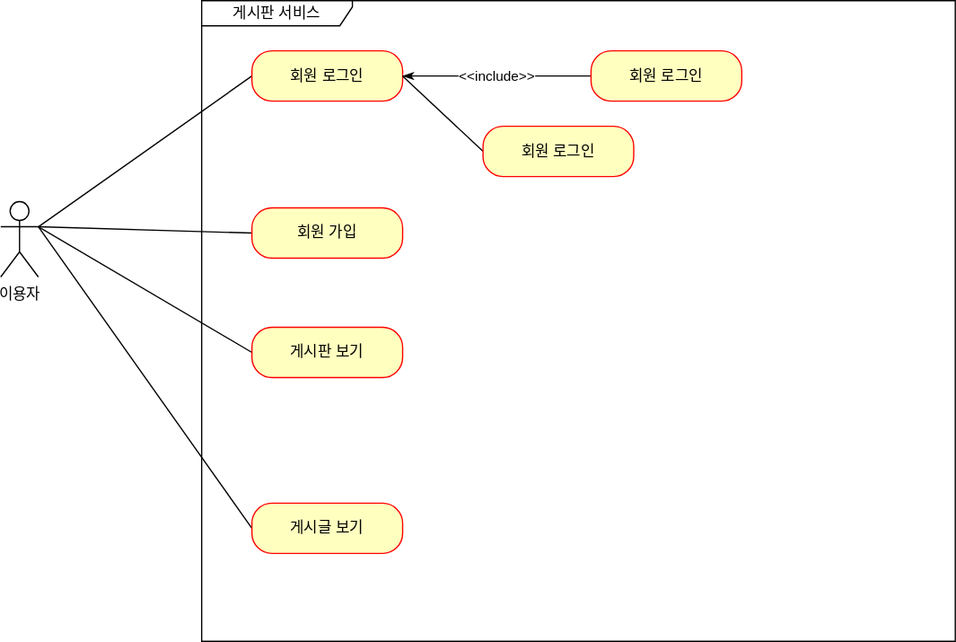
Before: document/use-case.svg, a diagram exported from draw.io (m5s3/board-v2). Source tidied: cells renumbered, new cells last; positions are measured from the earlier drawing's top-left corner, leaving out a move shared by most shapes. Its diagram source:
```xml
<mxGraphModel>
  <root>
    <mxCell id="0" />
    <mxCell id="1" parent="0" />
    <mxCell id="2" value="이용자&lt;br&gt;" style="shape=umlActor;verticalLabelPosition=bottom;verticalAlign=top;html=1;" parent="1" vertex="1">
      <mxGeometry y="160" width="30" height="60" as="geometry" />
    </mxCell>
    <mxCell id="3" value="게시판 서비스&lt;br&gt;" style="shape=umlFrame;whiteSpace=wrap;html=1;width=120;height=20;" parent="1" vertex="1">
      <mxGeometry x="160" width="600" height="510" as="geometry" />
    </mxCell>
    <mxCell id="4" style="rounded=0;jettySize=auto;html=1;exitX=0;exitY=0.5;exitDx=0;exitDy=0;endArrow=none;endFill=0;" parent="1" edge="1" source="5">
      <mxGeometry relative="1" as="geometry">
        <mxPoint x="30" y="180" as="targetPoint" />
      </mxGeometry>
    </mxCell>
    <mxCell id="5" value="회원 로그인" style="rounded=1;whiteSpace=wrap;html=1;arcSize=40;fontColor=#000000;fillColor=#ffffc0;strokeColor=#ff0000;" parent="1" vertex="1">
      <mxGeometry x="200" y="40" width="120" height="40" as="geometry" />
    </mxCell>
    <mxCell id="6" style="rounded=0;jettySize=auto;html=1;exitX=0;exitY=0.5;exitDx=0;exitDy=0;endArrow=none;endFill=0;" parent="1" edge="1" source="7">
      <mxGeometry relative="1" as="geometry">
        <mxPoint x="30" y="180" as="targetPoint" />
      </mxGeometry>
    </mxCell>
    <mxCell id="7" value="게시판 보기" style="rounded=1;whiteSpace=wrap;html=1;arcSize=40;fontColor=#000000;fillColor=#ffffc0;strokeColor=#ff0000;" parent="1" vertex="1">
      <mxGeometry x="200" y="260" width="120" height="40" as="geometry" />
    </mxCell>
    <mxCell id="8" style="rounded=0;jettySize=auto;html=1;exitX=0;exitY=0.5;exitDx=0;exitDy=0;endArrow=none;endFill=0;" parent="1" edge="1" source="9">
      <mxGeometry relative="1" as="geometry">
        <mxPoint x="30" y="180" as="targetPoint" />
      </mxGeometry>
    </mxCell>
    <mxCell id="9" value="게시글 보기" style="rounded=1;whiteSpace=wrap;html=1;arcSize=40;fontColor=#000000;fillColor=#ffffc0;strokeColor=#ff0000;" parent="1" vertex="1">
      <mxGeometry x="200" y="400" width="120" height="40" as="geometry" />
    </mxCell>
    <mxCell id="10" style="rounded=0;jettySize=auto;html=1;exitX=0;exitY=0.5;exitDx=0;exitDy=0;entryX=1;entryY=0.3333333333333333;entryDx=0;entryDy=0;entryPerimeter=0;endArrow=none;endFill=0;" parent="1" edge="1" source="11" target="2">
      <mxGeometry relative="1" as="geometry" />
    </mxCell>
    <mxCell id="11" value="회원 가입" style="rounded=1;whiteSpace=wrap;html=1;arcSize=40;fontColor=#000000;fillColor=#ffffc0;strokeColor=#ff0000;" parent="1" vertex="1">
      <mxGeometry x="200" y="165" width="120" height="40" as="geometry" />
    </mxCell>
    <mxCell id="12" style="rounded=0;jettySize=auto;html=1;exitX=0;exitY=0.5;exitDx=0;exitDy=0;entryX=1;entryY=0.5;entryDx=0;entryDy=0;endArrow=none;endFill=0;" parent="1" edge="1" source="13" target="5">
      <mxGeometry relative="1" as="geometry" />
    </mxCell>
    <mxCell id="13" value="회원 로그인" style="rounded=1;whiteSpace=wrap;html=1;arcSize=40;fontColor=#000000;fillColor=#ffffc0;strokeColor=#ff0000;" parent="1" vertex="1">
      <mxGeometry x="384" y="100" width="120" height="40" as="geometry" />
    </mxCell>
    <mxCell id="14" value="&amp;lt;&amp;lt;include&amp;gt;&amp;gt;" style="rounded=0;jettySize=auto;html=1;exitX=0;exitY=0.5;exitDx=0;exitDy=0;endArrow=classicThin;endFill=1;" parent="1" edge="1" source="15">
      <mxGeometry relative="1" as="geometry">
        <mxPoint x="320" y="60" as="targetPoint" />
      </mxGeometry>
    </mxCell>
    <mxCell id="15" value="회원 로그인" style="rounded=1;whiteSpace=wrap;html=1;arcSize=40;fontColor=#000000;fillColor=#ffffc0;strokeColor=#ff0000;" parent="1" vertex="1">
      <mxGeometry x="470" y="40" width="120" height="40" as="geometry" />
    </mxCell>
  </root>
</mxGraphModel>
```
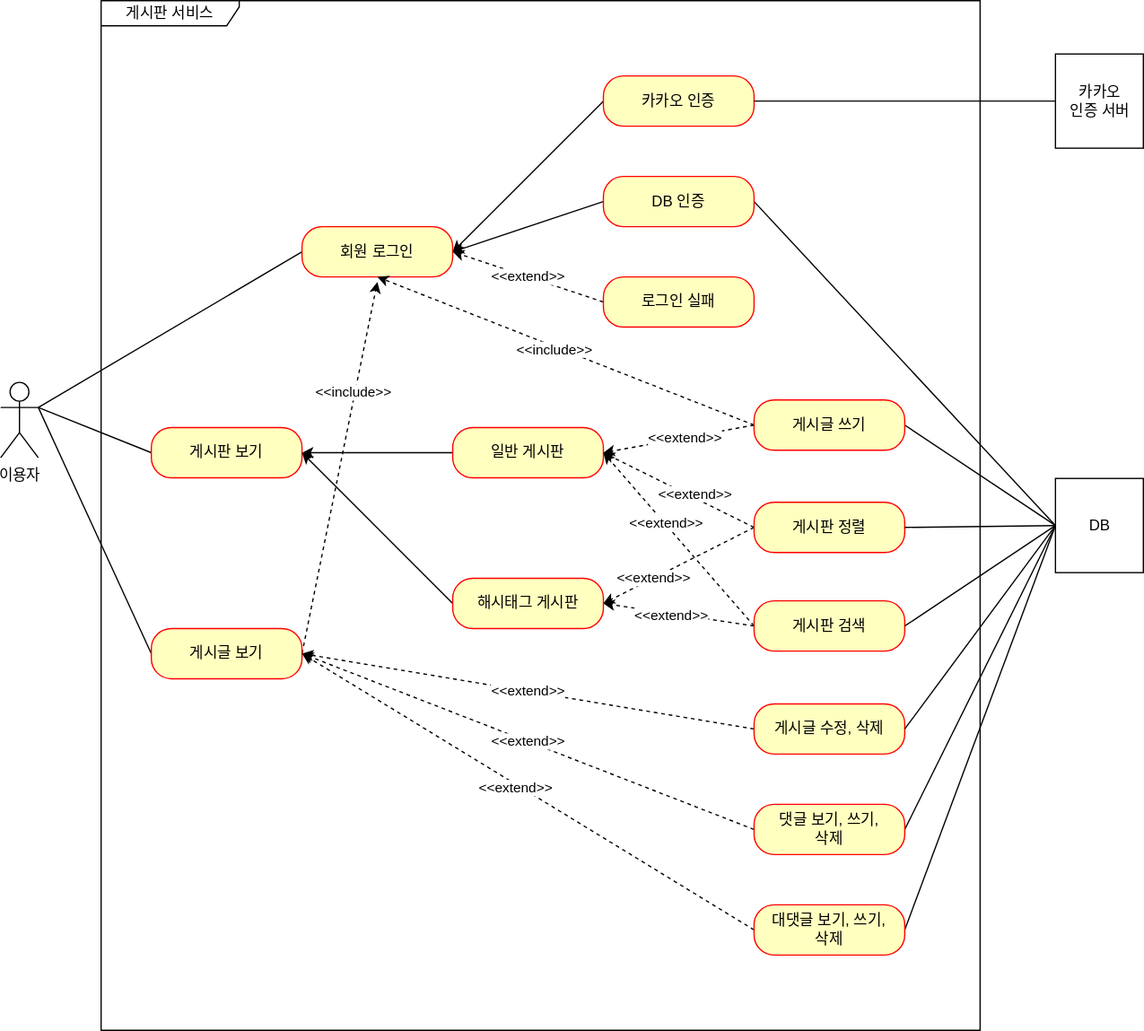
Above is the later version.

The edit, as a diff of the source:
```diff
@@ -2,55 +2,177 @@
   <root>
     <mxCell id="0" />
     <mxCell id="1" parent="0" />
-    <mxCell id="2" value="이용자&lt;br&gt;" style="shape=umlActor;verticalLabelPosition=bottom;verticalAlign=top;html=1;" parent="1" vertex="1">
-      <mxGeometry y="160" width="30" height="60" as="geometry" />
+    <mxCell id="2" value="이용자" style="shape=umlActor;verticalLabelPosition=bottom;verticalAlign=top;html=1;" parent="1" vertex="1">
+      <mxGeometry x="10" y="4" width="30" height="60" as="geometry" />
     </mxCell>
-    <mxCell id="3" value="게시판 서비스&lt;br&gt;" style="shape=umlFrame;whiteSpace=wrap;html=1;width=120;height=20;" parent="1" vertex="1">
-      <mxGeometry x="160" width="600" height="510" as="geometry" />
+    <mxCell id="3" value="게시판 서비스" style="shape=umlFrame;whiteSpace=wrap;html=1;width=110;height=20;" parent="1" vertex="1">
+      <mxGeometry x="90" y="-300" width="700" height="820" as="geometry" />
     </mxCell>
-    <mxCell id="4" style="rounded=0;jettySize=auto;html=1;exitX=0;exitY=0.5;exitDx=0;exitDy=0;endArrow=none;endFill=0;" parent="1" edge="1" source="5">
-      <mxGeometry relative="1" as="geometry">
-        <mxPoint x="30" y="180" as="targetPoint" />
-      </mxGeometry>
-    </mxCell>
-    <mxCell id="5" value="회원 로그인" style="rounded=1;whiteSpace=wrap;html=1;arcSize=40;fontColor=#000000;fillColor=#ffffc0;strokeColor=#ff0000;" parent="1" vertex="1">
-      <mxGeometry x="200" y="40" width="120" height="40" as="geometry" />
-    </mxCell>
-    <mxCell id="6" style="rounded=0;jettySize=auto;html=1;exitX=0;exitY=0.5;exitDx=0;exitDy=0;endArrow=none;endFill=0;" parent="1" edge="1" source="7">
-      <mxGeometry relative="1" as="geometry">
-        <mxPoint x="30" y="180" as="targetPoint" />
-      </mxGeometry>
-    </mxCell>
+    <mxCell id="16" style="rounded=0;jettySize=auto;html=1;exitX=0;exitY=0.5;exitDx=0;exitDy=0;entryX=1;entryY=0.5;entryDx=0;entryDy=0;" parent="1" edge="1" source="17" target="7">
+      <mxGeometry relative="1" as="geometry" />
+    </mxCell>
+    <mxCell id="17" value="일반 게시판" style="rounded=1;whiteSpace=wrap;html=1;arcSize=40;fontColor=#000000;fillColor=#ffffc0;strokeColor=#ff0000;" parent="1" vertex="1">
+      <mxGeometry x="370" y="40" width="120" height="40" as="geometry" />
+    </mxCell>
+    <mxCell id="18" style="edgeStyle=none;rounded=0;jettySize=auto;html=1;exitX=0;exitY=0.5;exitDx=0;exitDy=0;entryX=1;entryY=0.3333333333333333;entryDx=0;entryDy=0;entryPerimeter=0;endArrow=none;endFill=0;" parent="1" edge="1" source="7" target="2">
+      <mxGeometry relative="1" as="geometry" />
+    </mxCell>
     <mxCell id="7" value="게시판 보기" style="rounded=1;whiteSpace=wrap;html=1;arcSize=40;fontColor=#000000;fillColor=#ffffc0;strokeColor=#ff0000;" parent="1" vertex="1">
-      <mxGeometry x="200" y="260" width="120" height="40" as="geometry" />
+      <mxGeometry x="130" y="40" width="120" height="40" as="geometry" />
     </mxCell>
-    <mxCell id="8" style="rounded=0;jettySize=auto;html=1;exitX=0;exitY=0.5;exitDx=0;exitDy=0;endArrow=none;endFill=0;" parent="1" edge="1" source="9">
-      <mxGeometry relative="1" as="geometry">
-        <mxPoint x="30" y="180" as="targetPoint" />
-      </mxGeometry>
-    </mxCell>
+    <mxCell id="19" style="edgeStyle=none;rounded=0;jettySize=auto;html=1;exitX=0;exitY=0.5;exitDx=0;exitDy=0;endArrow=none;endFill=0;" parent="1" edge="1" source="9">
+      <mxGeometry relative="1" as="geometry">
+        <mxPoint x="40" y="24" as="targetPoint" />
+      </mxGeometry>
+    </mxCell>
+    <mxCell id="20" style="edgeStyle=none;rounded=0;jettySize=auto;html=1;exitX=1;exitY=0.5;exitDx=0;exitDy=0;dashed=1;endArrow=classic;endFill=1;" parent="1" edge="1" source="9">
+      <mxGeometry relative="1" as="geometry">
+        <mxPoint x="310" y="-76" as="targetPoint" />
+      </mxGeometry>
+    </mxCell>
+    <mxCell id="21" value="&amp;lt;&amp;lt;include&amp;gt;&amp;gt;" style="edgeLabel;html=1;align=center;verticalAlign=middle;" parent="20" vertex="1">
+      <mxGeometry x="0.41" y="2" relative="1" as="geometry" />
+    </mxCell>
     <mxCell id="9" value="게시글 보기" style="rounded=1;whiteSpace=wrap;html=1;arcSize=40;fontColor=#000000;fillColor=#ffffc0;strokeColor=#ff0000;" parent="1" vertex="1">
-      <mxGeometry x="200" y="400" width="120" height="40" as="geometry" />
+      <mxGeometry x="130" y="200" width="120" height="40" as="geometry" />
     </mxCell>
-    <mxCell id="10" style="rounded=0;jettySize=auto;html=1;exitX=0;exitY=0.5;exitDx=0;exitDy=0;entryX=1;entryY=0.3333333333333333;entryDx=0;entryDy=0;entryPerimeter=0;endArrow=none;endFill=0;" parent="1" edge="1" source="11" target="2">
-      <mxGeometry relative="1" as="geometry" />
-    </mxCell>
-    <mxCell id="11" value="회원 가입" style="rounded=1;whiteSpace=wrap;html=1;arcSize=40;fontColor=#000000;fillColor=#ffffc0;strokeColor=#ff0000;" parent="1" vertex="1">
-      <mxGeometry x="200" y="165" width="120" height="40" as="geometry" />
-    </mxCell>
-    <mxCell id="12" style="rounded=0;jettySize=auto;html=1;exitX=0;exitY=0.5;exitDx=0;exitDy=0;entryX=1;entryY=0.5;entryDx=0;entryDy=0;endArrow=none;endFill=0;" parent="1" edge="1" source="13" target="5">
-      <mxGeometry relative="1" as="geometry" />
-    </mxCell>
-    <mxCell id="13" value="회원 로그인" style="rounded=1;whiteSpace=wrap;html=1;arcSize=40;fontColor=#000000;fillColor=#ffffc0;strokeColor=#ff0000;" parent="1" vertex="1">
-      <mxGeometry x="384" y="100" width="120" height="40" as="geometry" />
-    </mxCell>
-    <mxCell id="14" value="&amp;lt;&amp;lt;include&amp;gt;&amp;gt;" style="rounded=0;jettySize=auto;html=1;exitX=0;exitY=0.5;exitDx=0;exitDy=0;endArrow=classicThin;endFill=1;" parent="1" edge="1" source="15">
-      <mxGeometry relative="1" as="geometry">
-        <mxPoint x="320" y="60" as="targetPoint" />
-      </mxGeometry>
-    </mxCell>
-    <mxCell id="15" value="회원 로그인" style="rounded=1;whiteSpace=wrap;html=1;arcSize=40;fontColor=#000000;fillColor=#ffffc0;strokeColor=#ff0000;" parent="1" vertex="1">
-      <mxGeometry x="470" y="40" width="120" height="40" as="geometry" />
-    </mxCell>
+    <mxCell id="22" style="edgeStyle=none;rounded=0;jettySize=auto;html=1;exitX=0;exitY=0.5;exitDx=0;exitDy=0;endArrow=none;endFill=0;" parent="1" edge="1" source="23">
+      <mxGeometry relative="1" as="geometry">
+        <mxPoint x="40" y="24" as="targetPoint" />
+      </mxGeometry>
+    </mxCell>
+    <mxCell id="23" value="회원 로그인" style="rounded=1;whiteSpace=wrap;html=1;arcSize=40;fontColor=#000000;fillColor=#ffffc0;strokeColor=#ff0000;" parent="1" vertex="1">
+      <mxGeometry x="250" y="-120" width="120" height="40" as="geometry" />
+    </mxCell>
+    <mxCell id="24" style="edgeStyle=none;rounded=0;jettySize=auto;html=1;exitX=1;exitY=0.5;exitDx=0;exitDy=0;entryX=0;entryY=0.5;entryDx=0;entryDy=0;endArrow=none;endFill=0;" parent="1" edge="1" source="26" target="49">
+      <mxGeometry relative="1" as="geometry" />
+    </mxCell>
+    <mxCell id="25" style="edgeStyle=none;rounded=0;jettySize=auto;html=1;exitX=0;exitY=0.5;exitDx=0;exitDy=0;entryX=1;entryY=0.5;entryDx=0;entryDy=0;endArrow=classic;endFill=1;" parent="1" edge="1" source="26" target="23">
+      <mxGeometry relative="1" as="geometry" />
+    </mxCell>
+    <mxCell id="26" value="DB 인증" style="rounded=1;whiteSpace=wrap;html=1;arcSize=40;fontColor=#000000;fillColor=#ffffc0;strokeColor=#ff0000;" parent="1" vertex="1">
+      <mxGeometry x="490" y="-160" width="120" height="40" as="geometry" />
+    </mxCell>
+    <mxCell id="27" value="&amp;lt;&amp;lt;extend&amp;gt;&amp;gt;" style="edgeStyle=none;rounded=0;jettySize=auto;html=1;exitX=0;exitY=0.5;exitDx=0;exitDy=0;entryX=1;entryY=0.5;entryDx=0;entryDy=0;endArrow=classic;endFill=1;dashed=1;" parent="1" edge="1" source="28" target="23">
+      <mxGeometry relative="1" as="geometry" />
+    </mxCell>
+    <mxCell id="28" value="로그인 실패" style="rounded=1;whiteSpace=wrap;html=1;arcSize=40;fontColor=#000000;fillColor=#ffffc0;strokeColor=#ff0000;" parent="1" vertex="1">
+      <mxGeometry x="490" y="-80" width="120" height="40" as="geometry" />
+    </mxCell>
+    <mxCell id="29" style="edgeStyle=none;rounded=0;jettySize=auto;html=1;exitX=0;exitY=0.5;exitDx=0;exitDy=0;entryX=1;entryY=0.5;entryDx=0;entryDy=0;dashed=1;endArrow=classic;endFill=1;" parent="1" edge="1" source="33" target="17">
+      <mxGeometry relative="1" as="geometry" />
+    </mxCell>
+    <mxCell id="30" value="&amp;lt;&amp;lt;extend&amp;gt;&amp;gt;" style="edgeLabel;html=1;align=center;verticalAlign=middle;" parent="29" vertex="1">
+      <mxGeometry x="-0.18" y="-3" relative="1" as="geometry" />
+    </mxCell>
+    <mxCell id="31" style="edgeStyle=none;rounded=0;jettySize=auto;html=1;exitX=0;exitY=0.5;exitDx=0;exitDy=0;entryX=1;entryY=0.5;entryDx=0;entryDy=0;dashed=1;" parent="1" edge="1" source="33" target="51">
+      <mxGeometry relative="1" as="geometry" />
+    </mxCell>
+    <mxCell id="32" value="&amp;lt;&amp;lt;extend&amp;gt;&amp;gt;" style="edgeLabel;html=1;align=center;verticalAlign=middle;" parent="31" vertex="1">
+      <mxGeometry x="0.33" relative="1" as="geometry">
+        <mxPoint x="-1" as="offset" />
+      </mxGeometry>
+    </mxCell>
+    <mxCell id="33" value="게시판 정렬" style="rounded=1;whiteSpace=wrap;html=1;arcSize=40;fontColor=#000000;fillColor=#ffffc0;strokeColor=#ff0000;" parent="1" vertex="1">
+      <mxGeometry x="610" y="99.5" width="120" height="40" as="geometry" />
+    </mxCell>
+    <mxCell id="34" style="edgeStyle=none;rounded=0;jettySize=auto;html=1;exitX=0;exitY=0.5;exitDx=0;exitDy=0;dashed=1;endArrow=classic;endFill=1;entryX=1;entryY=0.5;entryDx=0;entryDy=0;" parent="1" edge="1" source="38" target="17">
+      <mxGeometry relative="1" as="geometry" />
+    </mxCell>
+    <mxCell id="35" value="&amp;lt;&amp;lt;extend&amp;gt;&amp;gt;" style="edgeLabel;html=1;align=center;verticalAlign=middle;" parent="34" vertex="1">
+      <mxGeometry x="0.18" y="-1" relative="1" as="geometry" />
+    </mxCell>
+    <mxCell id="36" style="edgeStyle=none;rounded=0;jettySize=auto;html=1;exitX=0;exitY=0.5;exitDx=0;exitDy=0;entryX=1;entryY=0.5;entryDx=0;entryDy=0;dashed=1;" parent="1" edge="1" source="38" target="51">
+      <mxGeometry relative="1" as="geometry" />
+    </mxCell>
+    <mxCell id="37" value="&amp;lt;&amp;lt;extend&amp;gt;&amp;gt;" style="edgeLabel;html=1;align=center;verticalAlign=middle;" parent="36" vertex="1">
+      <mxGeometry x="0.11" y="2" relative="1" as="geometry">
+        <mxPoint x="1" as="offset" />
+      </mxGeometry>
+    </mxCell>
+    <mxCell id="38" value="게시판 검색" style="rounded=1;whiteSpace=wrap;html=1;arcSize=40;fontColor=#000000;fillColor=#ffffc0;strokeColor=#ff0000;" parent="1" vertex="1">
+      <mxGeometry x="610" y="178" width="120" height="40" as="geometry" />
+    </mxCell>
+    <mxCell id="39" value="&amp;lt;&amp;lt;extend&amp;gt;&amp;gt;" style="edgeStyle=none;rounded=0;jettySize=auto;html=1;exitX=0;exitY=0.5;exitDx=0;exitDy=0;entryX=1;entryY=0.5;entryDx=0;entryDy=0;dashed=1;endArrow=classic;endFill=1;" parent="1" edge="1" source="40" target="9">
+      <mxGeometry relative="1" as="geometry" />
+    </mxCell>
+    <mxCell id="40" value="게시글 수정, 삭제" style="rounded=1;whiteSpace=wrap;html=1;arcSize=40;fontColor=#000000;fillColor=#ffffc0;strokeColor=#ff0000;" parent="1" vertex="1">
+      <mxGeometry x="610" y="260" width="120" height="40" as="geometry" />
+    </mxCell>
+    <mxCell id="41" style="edgeStyle=none;rounded=0;jettySize=auto;html=1;exitX=0;exitY=0.5;exitDx=0;exitDy=0;dashed=1;endArrow=classic;endFill=1;entryX=1;entryY=0.5;entryDx=0;entryDy=0;" parent="1" edge="1" source="44" target="9">
+      <mxGeometry relative="1" as="geometry" />
+    </mxCell>
+    <mxCell id="42" value="&amp;lt;&amp;lt;extend&amp;gt;&amp;gt;" style="edgeLabel;html=1;align=center;verticalAlign=middle;" parent="41" vertex="1">
+      <mxGeometry x="0.01" relative="1" as="geometry" />
+    </mxCell>
+    <mxCell id="43" style="edgeStyle=none;rounded=0;jettySize=auto;html=1;exitX=1;exitY=0.5;exitDx=0;exitDy=0;endArrow=none;endFill=0;entryX=0;entryY=0.5;entryDx=0;entryDy=0;" parent="1" edge="1" source="44" target="49">
+      <mxGeometry relative="1" as="geometry" />
+    </mxCell>
+    <mxCell id="44" value="댓글 보기, 쓰기,&lt;br&gt;삭제" style="rounded=1;whiteSpace=wrap;html=1;arcSize=40;fontColor=#000000;fillColor=#ffffc0;strokeColor=#ff0000;" parent="1" vertex="1">
+      <mxGeometry x="610" y="340" width="120" height="40" as="geometry" />
+    </mxCell>
+    <mxCell id="45" style="edgeStyle=none;rounded=0;jettySize=auto;html=1;exitX=0;exitY=0.5;exitDx=0;exitDy=0;entryX=1;entryY=0.5;entryDx=0;entryDy=0;endArrow=none;endFill=0;" parent="1" edge="1" source="49" target="40">
+      <mxGeometry relative="1" as="geometry" />
+    </mxCell>
+    <mxCell id="46" style="edgeStyle=none;rounded=0;jettySize=auto;html=1;exitX=0;exitY=0.5;exitDx=0;exitDy=0;entryX=1;entryY=0.5;entryDx=0;entryDy=0;endArrow=none;endFill=0;" parent="1" edge="1" source="49" target="38">
+      <mxGeometry relative="1" as="geometry" />
+    </mxCell>
+    <mxCell id="47" style="edgeStyle=none;rounded=0;jettySize=auto;html=1;exitX=0;exitY=0.5;exitDx=0;exitDy=0;entryX=1;entryY=0.5;entryDx=0;entryDy=0;endArrow=none;endFill=0;" parent="1" edge="1" source="49" target="33">
+      <mxGeometry relative="1" as="geometry" />
+    </mxCell>
+    <mxCell id="48" style="edgeStyle=none;rounded=0;jettySize=auto;html=1;exitX=0;exitY=0.5;exitDx=0;exitDy=0;entryX=1;entryY=0.5;entryDx=0;entryDy=0;endArrow=none;endFill=0;" parent="1" edge="1" source="49" target="57">
+      <mxGeometry relative="1" as="geometry" />
+    </mxCell>
+    <mxCell id="49" value="DB" style="html=1;" parent="1" vertex="1">
+      <mxGeometry x="850" y="80.5" width="70" height="75" as="geometry" />
+    </mxCell>
+    <mxCell id="50" style="jettySize=auto;html=1;exitX=0;exitY=0.5;exitDx=0;exitDy=0;entryX=1;entryY=0.5;entryDx=0;entryDy=0;rounded=0;" parent="1" edge="1" source="51" target="7">
+      <mxGeometry relative="1" as="geometry" />
+    </mxCell>
+    <mxCell id="51" value="해시태그 게시판" style="rounded=1;whiteSpace=wrap;html=1;arcSize=40;fontColor=#000000;fillColor=#ffffc0;strokeColor=#ff0000;" parent="1" vertex="1">
+      <mxGeometry x="370" y="160" width="120" height="40" as="geometry" />
+    </mxCell>
+    <mxCell id="52" style="edgeStyle=none;rounded=0;orthogonalLoop=1;jettySize=auto;html=1;exitX=0;exitY=0.5;exitDx=0;exitDy=0;" parent="1" edge="1" source="38" target="38">
+      <mxGeometry relative="1" as="geometry" />
+    </mxCell>
+    <mxCell id="53" style="edgeStyle=none;rounded=0;jettySize=auto;html=1;exitX=0;exitY=0.5;exitDx=0;exitDy=0;entryX=1;entryY=0.5;entryDx=0;entryDy=0;dashed=1;" parent="1" edge="1" source="57" target="17">
+      <mxGeometry relative="1" as="geometry" />
+    </mxCell>
+    <mxCell id="54" value="&amp;lt;&amp;lt;extend&amp;gt;&amp;gt;" style="edgeLabel;html=1;align=center;verticalAlign=middle;" parent="53" vertex="1">
+      <mxGeometry x="-0.09" y="-1" relative="1" as="geometry" />
+    </mxCell>
+    <mxCell id="55" style="edgeStyle=none;rounded=0;jettySize=auto;html=1;exitX=0;exitY=0.5;exitDx=0;exitDy=0;entryX=0.5;entryY=1;entryDx=0;entryDy=0;endArrow=classic;endFill=1;dashed=1;" parent="1" edge="1" source="57" target="23">
+      <mxGeometry relative="1" as="geometry" />
+    </mxCell>
+    <mxCell id="56" value="&amp;lt;&amp;lt;include&amp;gt;&amp;gt;" style="edgeLabel;html=1;align=center;verticalAlign=middle;" parent="55" vertex="1">
+      <mxGeometry x="0.06" y="2" relative="1" as="geometry" />
+    </mxCell>
+    <mxCell id="57" value="게시글 쓰기" style="rounded=1;whiteSpace=wrap;html=1;arcSize=40;fontColor=#000000;fillColor=#ffffc0;strokeColor=#ff0000;" parent="1" vertex="1">
+      <mxGeometry x="610" y="18" width="120" height="40" as="geometry" />
+    </mxCell>
+    <mxCell id="58" style="edgeStyle=none;rounded=0;jettySize=auto;html=1;exitX=0;exitY=0.5;exitDx=0;exitDy=0;entryX=1;entryY=0.5;entryDx=0;entryDy=0;endArrow=classic;endFill=1;dashed=1;" parent="1" edge="1" source="61" target="9">
+      <mxGeometry relative="1" as="geometry" />
+    </mxCell>
+    <mxCell id="59" value="&amp;lt;&amp;lt;extend&amp;gt;&amp;gt;" style="edgeLabel;html=1;align=center;verticalAlign=middle;" parent="58" vertex="1">
+      <mxGeometry x="0.05" y="3" relative="1" as="geometry" />
+    </mxCell>
+    <mxCell id="60" style="edgeStyle=none;rounded=0;jettySize=auto;html=1;exitX=1;exitY=0.5;exitDx=0;exitDy=0;entryX=0;entryY=0.5;entryDx=0;entryDy=0;endArrow=none;endFill=0;" parent="1" edge="1" source="61" target="49">
+      <mxGeometry relative="1" as="geometry" />
+    </mxCell>
+    <mxCell id="61" value="대댓글 보기, 쓰기,&lt;br&gt;삭제" style="rounded=1;whiteSpace=wrap;html=1;arcSize=40;fontColor=#000000;fillColor=#ffffc0;strokeColor=#ff0000;" parent="1" vertex="1">
+      <mxGeometry x="610" y="420" width="120" height="40" as="geometry" />
+    </mxCell>
+    <mxCell id="62" style="rounded=0;jettySize=auto;html=1;exitX=0;exitY=0.5;exitDx=0;exitDy=0;entryX=1;entryY=0.5;entryDx=0;entryDy=0;endArrow=classic;endFill=1;" parent="1" edge="1" source="63" target="23">
+      <mxGeometry relative="1" as="geometry" />
+    </mxCell>
+    <mxCell id="63" value="카카오 인증" style="rounded=1;whiteSpace=wrap;html=1;arcSize=40;fontColor=#000000;fillColor=#ffffc0;strokeColor=#ff0000;" parent="1" vertex="1">
+      <mxGeometry x="490" y="-240" width="120" height="40" as="geometry" />
+    </mxCell>
+    <mxCell id="64" style="edgeStyle=orthogonalEdgeStyle;rounded=0;jettySize=auto;html=1;exitX=0;exitY=0.5;exitDx=0;exitDy=0;entryX=1;entryY=0.5;entryDx=0;entryDy=0;endArrow=none;endFill=0;" parent="1" edge="1" source="65" target="63">
+      <mxGeometry relative="1" as="geometry" />
+    </mxCell>
+    <mxCell id="65" value="카카오&lt;br&gt;인증 서버" style="html=1;" parent="1" vertex="1">
+      <mxGeometry x="850" y="-257.5" width="70" height="75" as="geometry" />
+    </mxCell>
   </root>
 </mxGraphModel>
```
